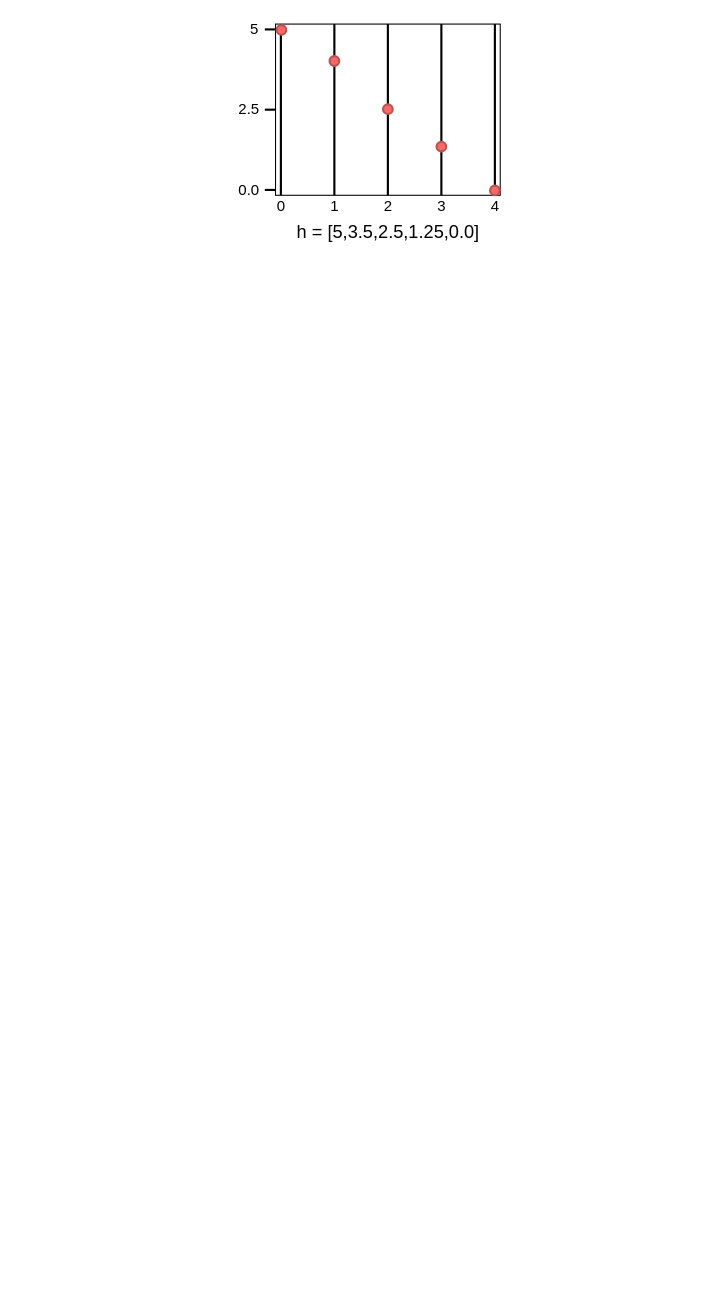
Above: Untitled Diagram.drawio in lucifer3000/rishabhk (draw.io), before the change. Source tidied: cells renumbered, new cells numbered last; positions are measured from the earlier drawing's top-left corner, leaving out a move shared by most shapes. Both pictures are drawn from the tidied source at 107%, with x=0, y=0 at pixel (232, 18).
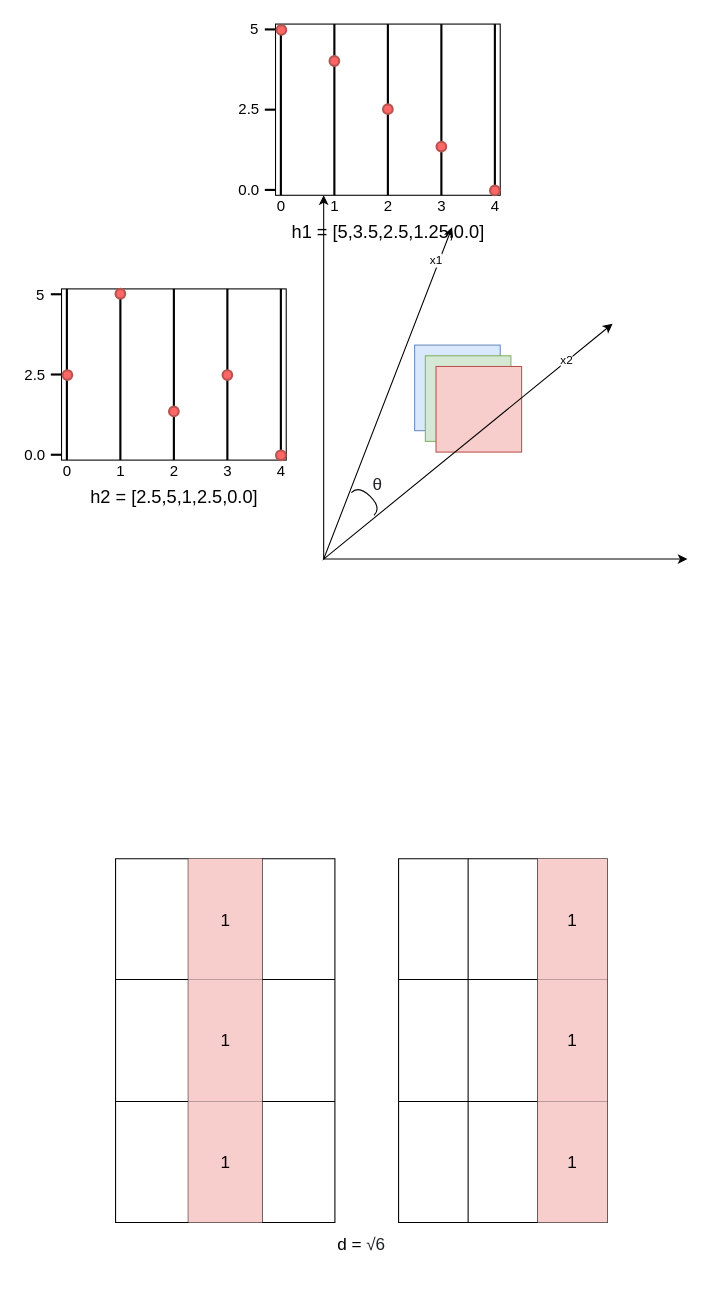
After the change.

The edit, as a diff of the source:
```diff
@@
-    <mxCell id="24" value="h = [5,3.5,2.5,1.25,0.0]" style="text;html=1;align=center;verticalAlign=middle;strokeColor=none;fillColor=none;fontSize=17;" parent="1" vertex="1">
-      <mxGeometry x="50" y="185" width="190" height="30" as="geometry" />
+    <mxCell id="24" value="h1 = [5,3.5,2.5,1.25,0.0]" style="text;html=1;align=center;verticalAlign=middle;strokeColor=none;fillColor=none;fontSize=17;" parent="1" vertex="1">
+      <mxGeometry x="45" y="185" width="200" height="30" as="geometry" />
     </mxCell>
+    <mxCell id="25" style="whiteSpace=wrap;html=1;fillColor=#dae8fc;strokeColor=#6c8ebf;" parent="1" vertex="1">
+      <mxGeometry x="170" y="305" width="80" height="80" as="geometry" />
+    </mxCell>
+    <mxCell id="26" style="whiteSpace=wrap;html=1;fillColor=#d5e8d4;strokeColor=#82b366;" parent="1" vertex="1">
+      <mxGeometry x="180" y="315" width="80" height="80" as="geometry" />
+    </mxCell>
+    <mxCell id="27" style="whiteSpace=wrap;html=1;fillColor=#f8cecc;strokeColor=#b85450;" parent="1" vertex="1">
+      <mxGeometry x="190" y="325" width="80" height="80" as="geometry" />
+    </mxCell>
+    <mxCell id="28" style="rounded=0;whiteSpace=wrap;html=1;" parent="1" vertex="1">
+      <mxGeometry x="-160" y="252.5" width="210" height="160" as="geometry" />
+    </mxCell>
+    <mxCell id="29" style="line;strokeWidth=2;direction=south;html=1;" parent="1" vertex="1">
+      <mxGeometry x="-110" y="252.5" width="10" height="160" as="geometry" />
+    </mxCell>
+    <mxCell id="30" style="line;strokeWidth=2;direction=south;html=1;" parent="1" vertex="1">
+      <mxGeometry x="-60" y="252.5" width="10" height="160" as="geometry" />
+    </mxCell>
+    <mxCell id="31" style="line;strokeWidth=2;direction=south;html=1;" parent="1" vertex="1">
+      <mxGeometry x="-10" y="252.5" width="10" height="160" as="geometry" />
+    </mxCell>
+    <mxCell id="32" style="line;strokeWidth=2;direction=south;html=1;" parent="1" vertex="1">
+      <mxGeometry x="40" y="252.5" width="10" height="160" as="geometry" />
+    </mxCell>
+    <mxCell id="33" style="line;strokeWidth=2;direction=south;html=1;" parent="1" vertex="1">
+      <mxGeometry x="-160" y="252.5" width="10" height="160" as="geometry" />
+    </mxCell>
+    <mxCell id="34" value="&lt;font style=&quot;font-size: 14px&quot;&gt;0&lt;/font&gt;" style="text;html=1;align=center;verticalAlign=middle;strokeColor=none;fillColor=none;strokeWidth=2;" parent="1" vertex="1">
+      <mxGeometry x="-165" y="412.5" width="20" height="20" as="geometry" />
+    </mxCell>
+    <mxCell id="35" value="&lt;font style=&quot;font-size: 14px&quot;&gt;1&lt;/font&gt;" style="text;html=1;align=center;verticalAlign=middle;strokeColor=none;fillColor=none;" parent="1" vertex="1">
+      <mxGeometry x="-115" y="412.5" width="20" height="20" as="geometry" />
+    </mxCell>
+    <mxCell id="36" value="&lt;font style=&quot;font-size: 14px&quot;&gt;2&lt;/font&gt;" style="text;html=1;align=center;verticalAlign=middle;strokeColor=none;fillColor=none;" parent="1" vertex="1">
+      <mxGeometry x="-65" y="412.5" width="20" height="20" as="geometry" />
+    </mxCell>
+    <mxCell id="37" value="&lt;font style=&quot;font-size: 14px&quot;&gt;3&lt;/font&gt;" style="text;html=1;align=center;verticalAlign=middle;strokeColor=none;fillColor=none;" parent="1" vertex="1">
+      <mxGeometry x="-15" y="412.5" width="20" height="20" as="geometry" />
+    </mxCell>
+    <mxCell id="38" value="&lt;font style=&quot;font-size: 14px&quot;&gt;4&lt;/font&gt;" style="text;html=1;align=center;verticalAlign=middle;strokeColor=none;fillColor=none;" parent="1" vertex="1">
+      <mxGeometry x="35" y="412.5" width="20" height="20" as="geometry" />
+    </mxCell>
+    <mxCell id="39" style="line;strokeWidth=2;html=1;fontSize=14;" parent="1" vertex="1">
+      <mxGeometry x="-170" y="402.5" width="10" height="10" as="geometry" />
+    </mxCell>
+    <mxCell id="40" value="0.0&lt;br&gt;" style="text;html=1;align=center;verticalAlign=middle;strokeColor=none;fillColor=none;fontSize=14;" parent="1" vertex="1">
+      <mxGeometry x="-200" y="397.5" width="30" height="20" as="geometry" />
+    </mxCell>
+    <mxCell id="41" style="line;strokeWidth=2;html=1;fontSize=14;" parent="1" vertex="1">
+      <mxGeometry x="-170" y="252.5" width="10" height="10" as="geometry" />
+    </mxCell>
+    <mxCell id="42" value="5&lt;br&gt;" style="text;html=1;align=center;verticalAlign=middle;strokeColor=none;fillColor=none;fontSize=14;" parent="1" vertex="1">
+      <mxGeometry x="-190" y="247.5" width="20" height="20" as="geometry" />
+    </mxCell>
+    <mxCell id="43" style="line;strokeWidth=2;html=1;fontSize=14;" parent="1" vertex="1">
+      <mxGeometry x="-170" y="327.5" width="10" height="10" as="geometry" />
+    </mxCell>
+    <mxCell id="44" value="2.5&lt;br&gt;" style="text;html=1;align=center;verticalAlign=middle;strokeColor=none;fillColor=none;fontSize=14;" parent="1" vertex="1">
+      <mxGeometry x="-200" y="322.5" width="30" height="20" as="geometry" />
+    </mxCell>
+    <mxCell id="45" style="ellipse;whiteSpace=wrap;html=1;fontSize=14;strokeWidth=2;fillColor=#FF6666;strokeColor=#b85450;" parent="1" vertex="1">
+      <mxGeometry x="-159" y="328.5" width="9" height="9" as="geometry" />
+    </mxCell>
+    <mxCell id="46" style="ellipse;whiteSpace=wrap;html=1;fontSize=14;strokeWidth=2;fillColor=#FF6666;strokeColor=#b85450;" parent="1" vertex="1">
+      <mxGeometry x="-109.5" y="252.5" width="9" height="9" as="geometry" />
+    </mxCell>
+    <mxCell id="47" style="ellipse;whiteSpace=wrap;html=1;fontSize=14;strokeWidth=2;fillColor=#FF6666;strokeColor=#b85450;" parent="1" vertex="1">
+      <mxGeometry x="-59.5" y="362.5" width="9" height="9" as="geometry" />
+    </mxCell>
+    <mxCell id="48" style="ellipse;whiteSpace=wrap;html=1;fontSize=14;strokeWidth=2;fillColor=#FF6666;strokeColor=#b85450;" parent="1" vertex="1">
+      <mxGeometry x="-9.5" y="328.5" width="9" height="9" as="geometry" />
+    </mxCell>
+    <mxCell id="49" style="ellipse;whiteSpace=wrap;html=1;fontSize=14;strokeWidth=2;fillColor=#FF6666;strokeColor=#b85450;" parent="1" vertex="1">
+      <mxGeometry x="40.5" y="403.5" width="9" height="9" as="geometry" />
+    </mxCell>
+    <mxCell id="50" value="h2 = [2.5,5,1,2.5,0.0]" style="text;html=1;align=center;verticalAlign=middle;strokeColor=none;fillColor=none;fontSize=17;" parent="1" vertex="1">
+      <mxGeometry x="-140" y="432.5" width="170" height="30" as="geometry" />
+    </mxCell>
+    <mxCell id="51" style="endArrow=classic;startArrow=classic;html=1;rounded=0;" parent="1" edge="1">
+      <mxGeometry relative="1" as="geometry">
+        <mxPoint x="85" y="165" as="sourcePoint" />
+        <mxPoint x="425" y="505" as="targetPoint" />
+        <Array as="points">
+          <mxPoint x="85" y="505" />
+        </Array>
+      </mxGeometry>
+    </mxCell>
+    <mxCell id="52" style="endArrow=classic;startArrow=classic;html=1;rounded=0;" parent="1" edge="1">
+      <mxGeometry relative="1" as="geometry">
+        <mxPoint x="205" y="195" as="sourcePoint" />
+        <mxPoint x="355" y="285" as="targetPoint" />
+        <Array as="points">
+          <mxPoint x="85" y="505" />
+        </Array>
+      </mxGeometry>
+    </mxCell>
+    <mxCell id="53" value="x1" style="edgeLabel;html=1;align=center;verticalAlign=middle;" parent="52" vertex="1">
+      <mxGeometry x="-0.9" y="-3" relative="1" as="geometry" />
+    </mxCell>
+    <mxCell id="54" value="x2" style="edgeLabel;html=1;align=center;verticalAlign=middle;" parent="52" vertex="1">
+      <mxGeometry x="0.84" y="1" relative="1" as="geometry" />
+    </mxCell>
+    <mxCell id="55" style="shape=requiredInterface;html=1;verticalLabelPosition=bottom;sketch=0;fillColor=#000000;rotation=-45;" parent="1" vertex="1">
+      <mxGeometry x="120" y="435" width="10" height="30" as="geometry" />
+    </mxCell>
+    <mxCell id="56" value="&lt;span style=&quot;color: rgb(32 , 33 , 36) ; font-family: &amp;#34;arial&amp;#34; , sans-serif ; font-size: 16px ; background-color: rgb(255 , 255 , 255)&quot;&gt;θ&lt;/span&gt;" style="text;html=1;align=center;verticalAlign=middle;strokeColor=none;fillColor=none;" parent="1" vertex="1">
+      <mxGeometry x="125" y="425" width="20" height="20" as="geometry" />
+    </mxCell>
+    <mxCell id="57" style="shape=table;html=1;whiteSpace=wrap;startSize=0;childLayout=tableLayout;" parent="1" vertex="1">
+      <mxGeometry x="-109.5" y="785" width="205" height="340" as="geometry" />
+    </mxCell>
+    <mxCell id="58" style="shape=partialRectangle;html=1;whiteSpace=wrap;fillColor=none;top=0;left=0;bottom=0;right=0;" parent="57" vertex="1">
+      <mxGeometry width="205" height="113" as="geometry" />
+    </mxCell>
+    <mxCell id="59" style="shape=partialRectangle;html=1;whiteSpace=wrap;fillColor=none;top=0;left=0;bottom=0;right=0;overflow=hidden;" parent="58" vertex="1">
+      <mxGeometry width="68" height="113" as="geometry" />
+    </mxCell>
+    <mxCell id="60" value="&lt;font style=&quot;font-size: 16px&quot;&gt;1&lt;/font&gt;" style="shape=partialRectangle;html=1;whiteSpace=wrap;fillColor=#f8cecc;top=0;left=0;bottom=0;right=0;overflow=hidden;strokeColor=#b85450;" parent="58" vertex="1">
+      <mxGeometry x="68" width="69" height="113" as="geometry" />
+    </mxCell>
+    <mxCell id="61" style="shape=partialRectangle;html=1;whiteSpace=wrap;fillColor=none;top=0;left=0;bottom=0;right=0;overflow=hidden;" parent="58" vertex="1">
+      <mxGeometry x="137" width="68" height="113" as="geometry" />
+    </mxCell>
+    <mxCell id="62" style="shape=partialRectangle;html=1;whiteSpace=wrap;fillColor=none;top=0;left=0;bottom=0;right=0;" parent="57" vertex="1">
+      <mxGeometry y="113" width="205" height="114" as="geometry" />
+    </mxCell>
+    <mxCell id="63" style="shape=partialRectangle;html=1;whiteSpace=wrap;fillColor=none;top=0;left=0;bottom=0;right=0;overflow=hidden;" parent="62" vertex="1">
+      <mxGeometry width="68" height="114" as="geometry" />
+    </mxCell>
+    <mxCell id="64" value="&lt;font style=&quot;font-size: 16px&quot;&gt;1&lt;/font&gt;" style="shape=partialRectangle;html=1;whiteSpace=wrap;fillColor=#f8cecc;top=0;left=0;bottom=0;right=0;overflow=hidden;strokeColor=#b85450;" parent="62" vertex="1">
+      <mxGeometry x="68" width="69" height="114" as="geometry" />
+    </mxCell>
+    <mxCell id="65" style="shape=partialRectangle;html=1;whiteSpace=wrap;fillColor=none;top=0;left=0;bottom=0;right=0;overflow=hidden;" parent="62" vertex="1">
+      <mxGeometry x="137" width="68" height="114" as="geometry" />
+    </mxCell>
+    <mxCell id="66" style="shape=partialRectangle;html=1;whiteSpace=wrap;fillColor=none;top=0;left=0;bottom=0;right=0;" parent="57" vertex="1">
+      <mxGeometry y="227" width="205" height="113" as="geometry" />
+    </mxCell>
+    <mxCell id="67" style="shape=partialRectangle;html=1;whiteSpace=wrap;fillColor=none;top=0;left=0;bottom=0;right=0;overflow=hidden;" parent="66" vertex="1">
+      <mxGeometry width="68" height="113" as="geometry" />
+    </mxCell>
+    <mxCell id="68" value="&lt;font style=&quot;font-size: 16px&quot;&gt;1&lt;/font&gt;" style="shape=partialRectangle;html=1;whiteSpace=wrap;fillColor=#f8cecc;top=0;left=0;bottom=0;right=0;overflow=hidden;strokeColor=#b85450;" parent="66" vertex="1">
+      <mxGeometry x="68" width="69" height="113" as="geometry" />
+    </mxCell>
+    <mxCell id="69" style="shape=partialRectangle;html=1;whiteSpace=wrap;fillColor=none;top=0;left=0;bottom=0;right=0;overflow=hidden;" parent="66" vertex="1">
+      <mxGeometry x="137" width="68" height="113" as="geometry" />
+    </mxCell>
+    <mxCell id="70" style="shape=table;html=1;whiteSpace=wrap;startSize=0;childLayout=tableLayout;fontSize=16;" parent="1" vertex="1">
+      <mxGeometry x="155" y="785" width="195" height="340" as="geometry" />
+    </mxCell>
+    <mxCell id="71" style="shape=partialRectangle;html=1;whiteSpace=wrap;fillColor=none;top=0;left=0;bottom=0;right=0;fontSize=16;" parent="70" vertex="1">
+      <mxGeometry width="195" height="113" as="geometry" />
+    </mxCell>
+    <mxCell id="72" style="shape=partialRectangle;html=1;whiteSpace=wrap;fillColor=none;top=0;left=0;bottom=0;right=0;overflow=hidden;fontSize=16;" parent="71" vertex="1">
+      <mxGeometry width="65" height="113" as="geometry" />
+    </mxCell>
+    <mxCell id="73" style="shape=partialRectangle;html=1;whiteSpace=wrap;fillColor=none;top=0;left=0;bottom=0;right=0;overflow=hidden;fontSize=16;" parent="71" vertex="1">
+      <mxGeometry x="65" width="65" height="113" as="geometry" />
+    </mxCell>
+    <mxCell id="74" value="1" style="shape=partialRectangle;html=1;whiteSpace=wrap;fillColor=#f8cecc;top=0;left=0;bottom=0;right=0;overflow=hidden;fontSize=16;strokeColor=#b85450;" parent="71" vertex="1">
+      <mxGeometry x="130" width="65" height="113" as="geometry" />
+    </mxCell>
+    <mxCell id="75" style="shape=partialRectangle;html=1;whiteSpace=wrap;fillColor=none;top=0;left=0;bottom=0;right=0;fontSize=16;" parent="70" vertex="1">
+      <mxGeometry y="113" width="195" height="114" as="geometry" />
+    </mxCell>
+    <mxCell id="76" style="shape=partialRectangle;html=1;whiteSpace=wrap;fillColor=none;top=0;left=0;bottom=0;right=0;overflow=hidden;fontSize=16;" parent="75" vertex="1">
+      <mxGeometry width="65" height="114" as="geometry" />
+    </mxCell>
+    <mxCell id="77" style="shape=partialRectangle;html=1;whiteSpace=wrap;fillColor=none;top=0;left=0;bottom=0;right=0;overflow=hidden;fontSize=16;" parent="75" vertex="1">
+      <mxGeometry x="65" width="65" height="114" as="geometry" />
+    </mxCell>
+    <mxCell id="78" value="1" style="shape=partialRectangle;html=1;whiteSpace=wrap;fillColor=#f8cecc;top=0;left=0;bottom=0;right=0;overflow=hidden;fontSize=16;strokeColor=#b85450;" parent="75" vertex="1">
+      <mxGeometry x="130" width="65" height="114" as="geometry" />
+    </mxCell>
+    <mxCell id="79" style="shape=partialRectangle;html=1;whiteSpace=wrap;fillColor=none;top=0;left=0;bottom=0;right=0;fontSize=16;" parent="70" vertex="1">
+      <mxGeometry y="227" width="195" height="113" as="geometry" />
+    </mxCell>
+    <mxCell id="80" style="shape=partialRectangle;html=1;whiteSpace=wrap;fillColor=none;top=0;left=0;bottom=0;right=0;overflow=hidden;fontSize=16;" parent="79" vertex="1">
+      <mxGeometry width="65" height="113" as="geometry" />
+    </mxCell>
+    <mxCell id="81" style="shape=partialRectangle;html=1;whiteSpace=wrap;fillColor=none;top=0;left=0;bottom=0;right=0;overflow=hidden;fontSize=16;" parent="79" vertex="1">
+      <mxGeometry x="65" width="65" height="113" as="geometry" />
+    </mxCell>
+    <mxCell id="82" value="1" style="shape=partialRectangle;html=1;whiteSpace=wrap;fillColor=#f8cecc;top=0;left=0;bottom=0;right=0;overflow=hidden;fontSize=16;strokeColor=#b85450;" parent="79" vertex="1">
+      <mxGeometry x="130" width="65" height="113" as="geometry" />
+    </mxCell>
+    <mxCell id="83" value="d =&amp;nbsp;&lt;span style=&quot;color: rgb(32 , 33 , 36) ; font-family: &amp;#34;arial&amp;#34; , sans-serif ; background-color: rgb(255 , 255 , 255)&quot;&gt;√6&lt;/span&gt;&lt;br&gt;&amp;nbsp;" style="text;html=1;align=center;verticalAlign=middle;strokeColor=none;fillColor=none;fontSize=16;" parent="1" vertex="1">
+      <mxGeometry x="89.5" y="1135" width="60" height="40" as="geometry" />
+    </mxCell>
```
